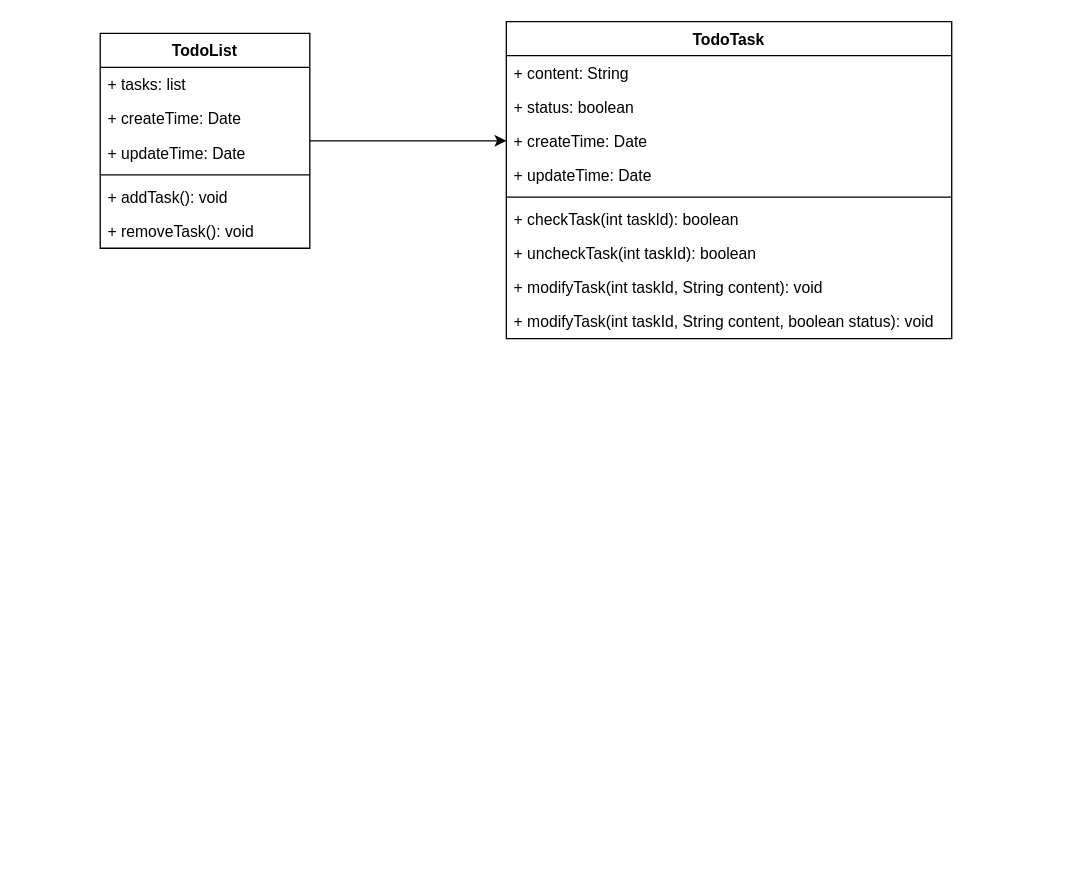
Earlier version of the draw.io diagram page "类设计" (2 of 2) of doc/loop-01/img/loop1.drawio (igevin/terminal-todo). Source tidied: cells renumbered, new cells numbered last; positions are measured from the earlier drawing's top-left corner, leaving out a move shared by most shapes. Both pictures are drawn from the tidied source at 131%, with x=0, y=0 at pixel (100, 21).
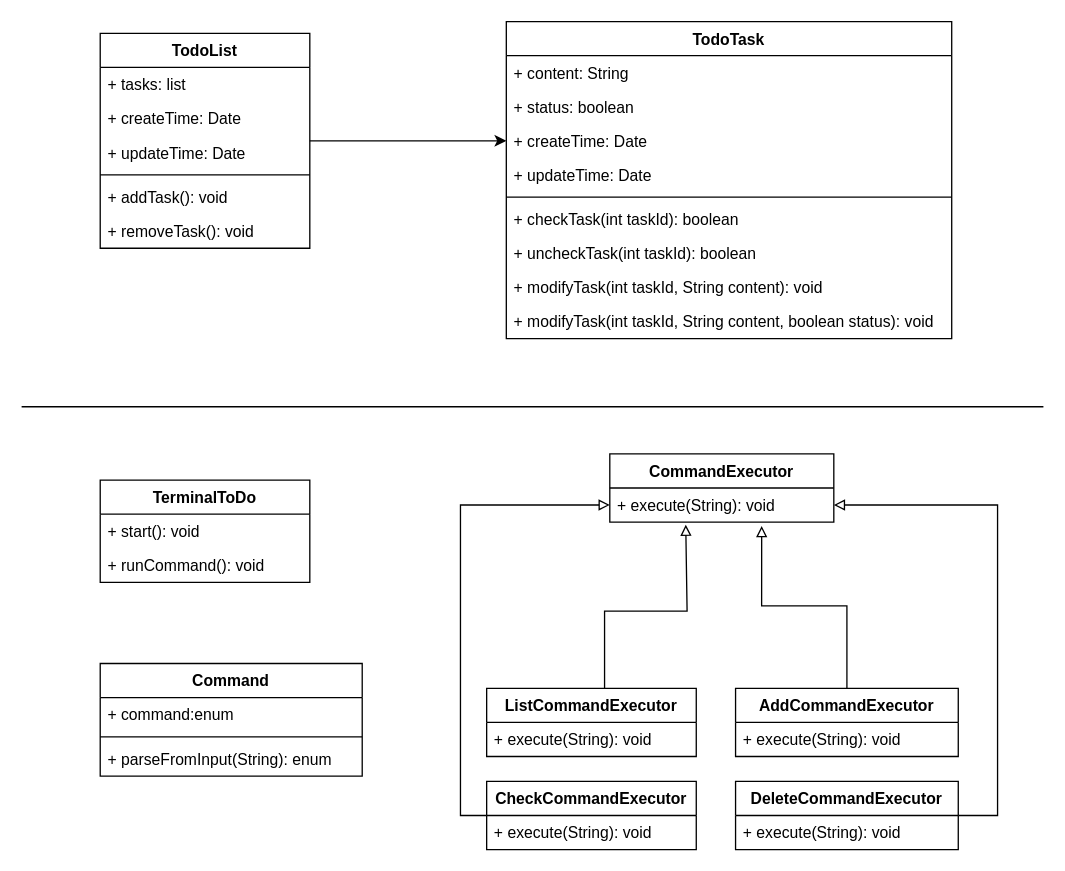
The same page after the edit.

The edit, as a diff of the source:
```diff
@@
+    <mxCell id="20" style="line;strokeWidth=1;fillColor=none;align=left;verticalAlign=middle;spacingTop=-1;spacingLeft=3;spacingRight=3;labelPosition=right;" parent="1" vertex="1">
+      <mxGeometry x="-60" y="290" width="780" height="8" as="geometry" />
+    </mxCell>
+    <mxCell id="21" value="TerminalToDo" style="swimlane;fontStyle=1;align=center;verticalAlign=top;horizontal=1;startSize=26;" parent="1" vertex="1">
+      <mxGeometry y="350" width="160" height="78" as="geometry" />
+    </mxCell>
+    <mxCell id="22" value="+ start(): void" style="text;strokeColor=none;fillColor=none;align=left;verticalAlign=top;spacingLeft=4;spacingRight=4;overflow=hidden;" parent="21" vertex="1">
+      <mxGeometry y="26" width="160" height="26" as="geometry" />
+    </mxCell>
+    <mxCell id="23" value="+ runCommand(): void" style="text;strokeColor=none;fillColor=none;align=left;verticalAlign=top;spacingLeft=4;spacingRight=4;overflow=hidden;" parent="21" vertex="1">
+      <mxGeometry y="52" width="160" height="26" as="geometry" />
+    </mxCell>
+    <mxCell id="24" value="Command" style="swimlane;fontStyle=1;align=center;verticalAlign=top;horizontal=1;startSize=26;" parent="1" vertex="1">
+      <mxGeometry y="490" width="200" height="86" as="geometry" />
+    </mxCell>
+    <mxCell id="25" value="+ command:enum" style="text;strokeColor=none;fillColor=none;align=left;verticalAlign=top;spacingLeft=4;spacingRight=4;overflow=hidden;" parent="24" vertex="1">
+      <mxGeometry y="26" width="200" height="26" as="geometry" />
+    </mxCell>
+    <mxCell id="26" style="line;strokeWidth=1;fillColor=none;align=left;verticalAlign=middle;spacingTop=-1;spacingLeft=3;spacingRight=3;labelPosition=right;" parent="24" vertex="1">
+      <mxGeometry y="52" width="200" height="8" as="geometry" />
+    </mxCell>
+    <mxCell id="27" value="+ parseFromInput(String): enum" style="text;strokeColor=none;fillColor=none;align=left;verticalAlign=top;spacingLeft=4;spacingRight=4;overflow=hidden;" parent="24" vertex="1">
+      <mxGeometry y="60" width="200" height="26" as="geometry" />
+    </mxCell>
+    <mxCell id="28" value="CommandExecutor" style="swimlane;fontStyle=1;horizontal=1;startSize=26;fillColor=none;" parent="1" vertex="1">
+      <mxGeometry x="389" y="330" width="171" height="52" as="geometry" />
+    </mxCell>
+    <mxCell id="29" value="+ execute(String): void" style="text;strokeColor=none;fillColor=none;align=left;verticalAlign=top;spacingLeft=4;spacingRight=4;overflow=hidden;points=[[0,0.5],[1,0.5]];portConstraint=eastwest;" parent="28" vertex="1">
+      <mxGeometry y="26" width="171" height="26" as="geometry" />
+    </mxCell>
+    <mxCell id="30" style="edgeStyle=orthogonalEdgeStyle;rounded=0;jettySize=auto;html=1;endArrow=block;endFill=0;entryX=0.339;entryY=1.077;entryDx=0;entryDy=0;entryPerimeter=0;" parent="1" edge="1" source="31" target="29">
+      <mxGeometry relative="1" as="geometry">
+        <Array as="points">
+          <mxPoint x="385" y="450" />
+          <mxPoint x="448" y="450" />
+        </Array>
+      </mxGeometry>
+    </mxCell>
+    <mxCell id="31" value="ListCommandExecutor" style="swimlane;fontStyle=1;horizontal=1;startSize=26;fillColor=none;" parent="1" vertex="1">
+      <mxGeometry x="295" y="509" width="160" height="52" as="geometry" />
+    </mxCell>
+    <mxCell id="32" value="+ execute(String): void" style="text;strokeColor=none;fillColor=none;align=left;verticalAlign=top;spacingLeft=4;spacingRight=4;overflow=hidden;" parent="31" vertex="1">
+      <mxGeometry y="26" width="160" height="26" as="geometry" />
+    </mxCell>
+    <mxCell id="33" style="edgeStyle=orthogonalEdgeStyle;rounded=0;jettySize=auto;html=1;entryX=0;entryY=0.5;entryDx=0;entryDy=0;endArrow=block;endFill=0;" parent="1" edge="1" source="34" target="29">
+      <mxGeometry relative="1" as="geometry">
+        <Array as="points">
+          <mxPoint x="275" y="606" />
+          <mxPoint x="275" y="369" />
+        </Array>
+      </mxGeometry>
+    </mxCell>
+    <mxCell id="34" value="CheckCommandExecutor" style="swimlane;fontStyle=1;horizontal=1;startSize=26;fillColor=none;" parent="1" vertex="1">
+      <mxGeometry x="295" y="580" width="160" height="52" as="geometry" />
+    </mxCell>
+    <mxCell id="35" value="+ execute(String): void" style="text;strokeColor=none;fillColor=none;align=left;verticalAlign=top;spacingLeft=4;spacingRight=4;overflow=hidden;" parent="34" vertex="1">
+      <mxGeometry y="26" width="160" height="26" as="geometry" />
+    </mxCell>
+    <mxCell id="36" style="edgeStyle=orthogonalEdgeStyle;rounded=0;jettySize=auto;html=1;entryX=0.678;entryY=1.115;entryDx=0;entryDy=0;entryPerimeter=0;endArrow=block;endFill=0;" parent="1" edge="1" source="37" target="29">
+      <mxGeometry relative="1" as="geometry">
+        <Array as="points">
+          <mxPoint x="570" y="446" />
+          <mxPoint x="505" y="446" />
+        </Array>
+      </mxGeometry>
+    </mxCell>
+    <mxCell id="37" value="AddCommandExecutor" style="swimlane;fontStyle=1;horizontal=1;startSize=26;fillColor=none;" parent="1" vertex="1">
+      <mxGeometry x="485" y="509" width="170" height="52" as="geometry" />
+    </mxCell>
+    <mxCell id="38" value="+ execute(String): void" style="text;strokeColor=none;fillColor=none;align=left;verticalAlign=top;spacingLeft=4;spacingRight=4;overflow=hidden;" parent="37" vertex="1">
+      <mxGeometry y="26" width="170" height="26" as="geometry" />
+    </mxCell>
+    <mxCell id="39" style="edgeStyle=orthogonalEdgeStyle;rounded=0;jettySize=auto;html=1;entryX=1;entryY=0.5;entryDx=0;entryDy=0;endArrow=block;endFill=0;" parent="1" edge="1" source="40" target="29">
+      <mxGeometry relative="1" as="geometry">
+        <Array as="points">
+          <mxPoint x="685" y="606" />
+          <mxPoint x="685" y="369" />
+        </Array>
+      </mxGeometry>
+    </mxCell>
+    <mxCell id="40" value="DeleteCommandExecutor" style="swimlane;fontStyle=1;horizontal=1;startSize=26;fillColor=none;" parent="1" vertex="1">
+      <mxGeometry x="485" y="580" width="170" height="52" as="geometry" />
+    </mxCell>
+    <mxCell id="41" value="+ execute(String): void" style="text;strokeColor=none;fillColor=none;align=left;verticalAlign=top;spacingLeft=4;spacingRight=4;overflow=hidden;" parent="40" vertex="1">
+      <mxGeometry y="26" width="170" height="26" as="geometry" />
+    </mxCell>
```
